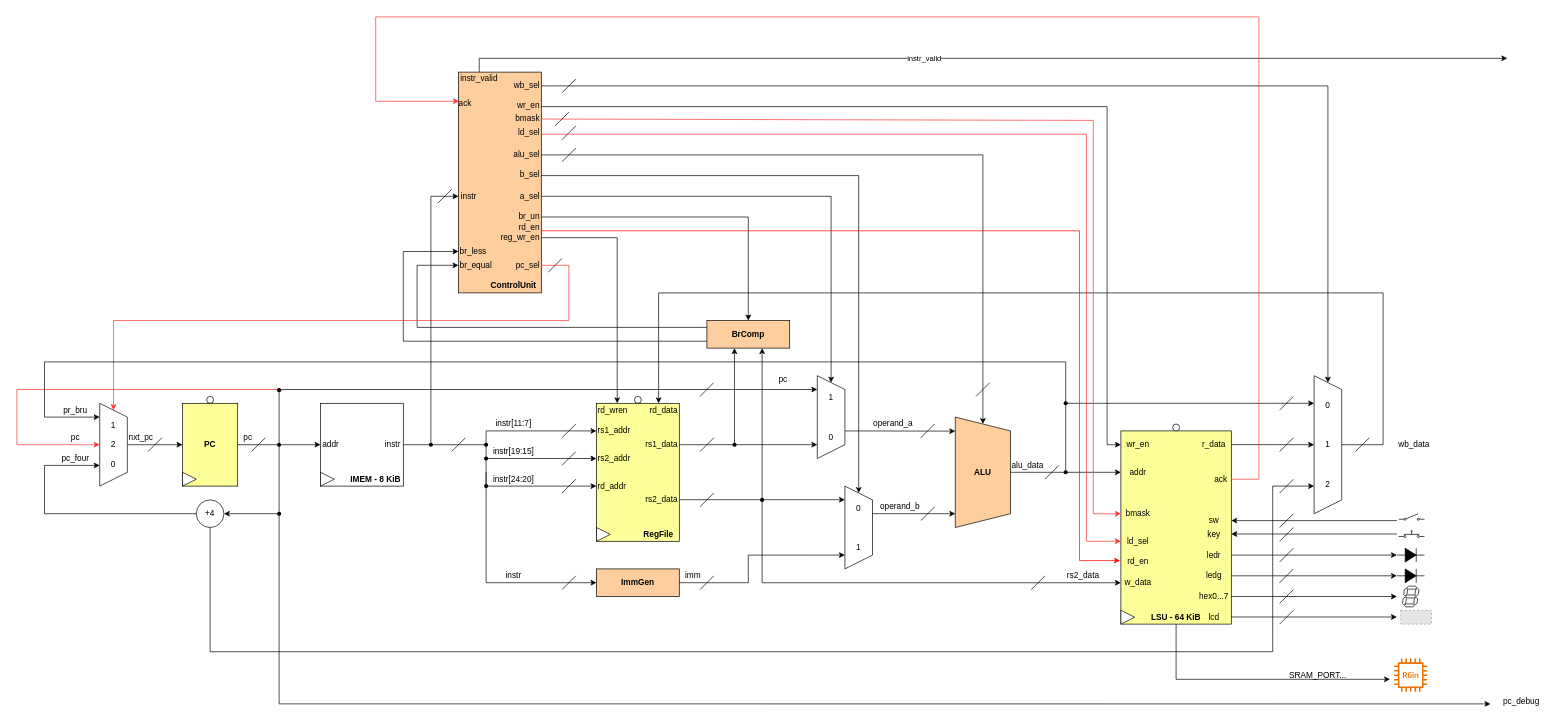
The draw.io diagram 99_doc/CPU.drawio in rivershoang/single_cycle, before the edit. Source tidied: cells renumbered, new cells numbered last; positions are measured from the earlier drawing's top-left corner, leaving out a move shared by most shapes. Both pictures are drawn from the tidied source at 69%, with x=0, y=0 at pixel (17, 17). Pictures stored in the file or linked from it are replaced by grey dashed boxes.
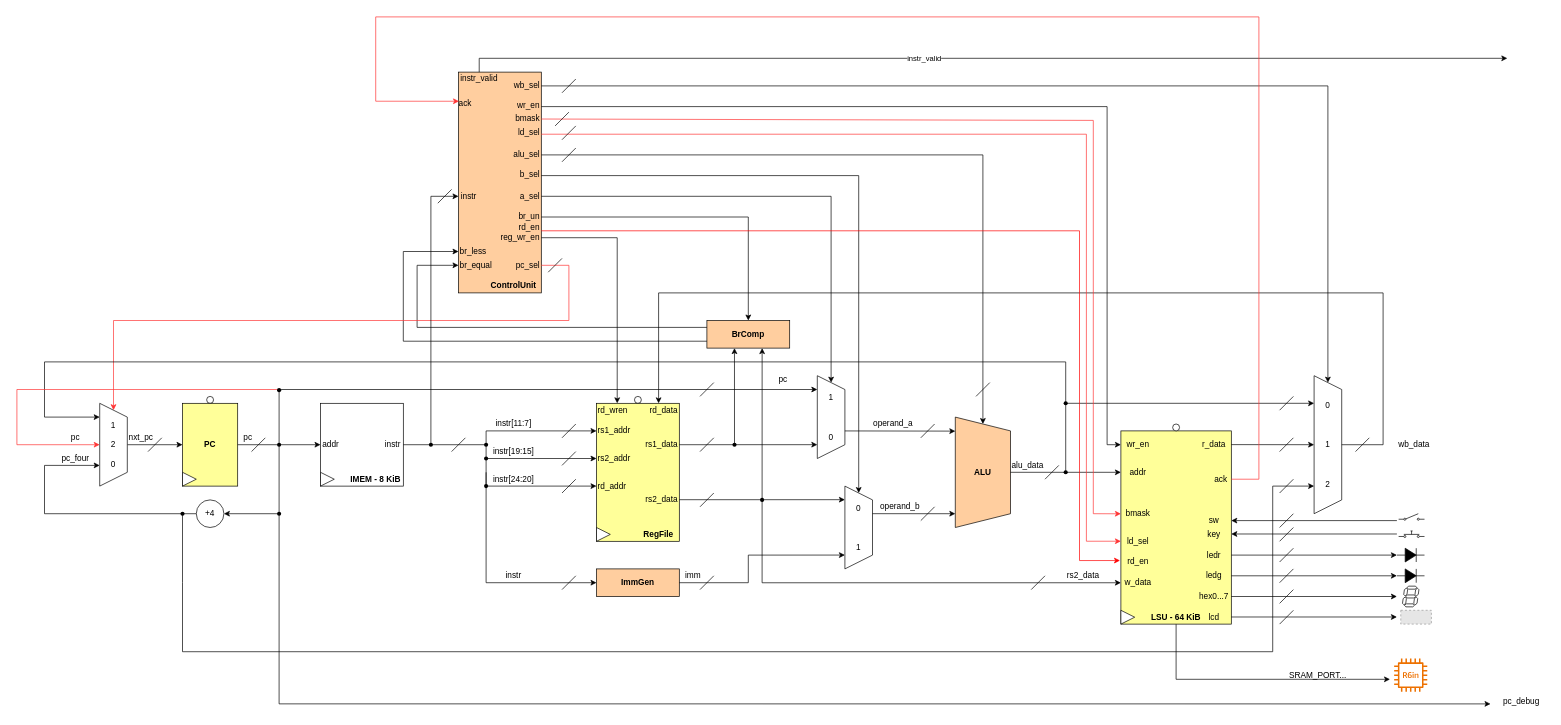
The same diagram, later.

The change refers to these unchanged cells:
```xml
<mxCell id="89" value="+4" style="ellipse;whiteSpace=wrap;html=1;" parent="1" vertex="1">
  <mxGeometry x="260" y="700" width="40" height="40" as="geometry" />
</mxCell>
<mxCell id="99" value="0&lt;div&gt;&lt;br&gt;&lt;/div&gt;&lt;div&gt;&lt;br&gt;&lt;/div&gt;&lt;div&gt;&lt;br&gt;&lt;/div&gt;&lt;div&gt;1&lt;/div&gt;&lt;div&gt;&lt;br&gt;&lt;/div&gt;&lt;div&gt;&lt;br&gt;&lt;/div&gt;&lt;div&gt;&lt;br&gt;&lt;/div&gt;&lt;div&gt;2&lt;/div&gt;" style="shape=trapezoid;perimeter=trapezoidPerimeter;whiteSpace=wrap;html=1;fixedSize=1;direction=south;" parent="1" vertex="1">
  <mxGeometry x="1880" y="520" width="40" height="200" as="geometry" />
</mxCell>
```

Diff of the diagram source:
```diff
@@
-    <mxCell id="106" style="endArrow=classic;html=1;rounded=0;exitX=0.5;exitY=1;exitDx=0;exitDy=0;entryX=0.8;entryY=1;entryDx=0;entryDy=0;entryPerimeter=0;" parent="1" edge="1" source="89" target="99">
+    <mxCell id="106" style="endArrow=classic;html=1;rounded=0;entryX=0.8;entryY=1;entryDx=0;entryDy=0;entryPerimeter=0;" parent="1" edge="1" source="183" target="99">
       <mxGeometry relative="1" as="geometry">
         <Array as="points">
-          <mxPoint x="280" y="920" />
+          <mxPoint x="240" y="820" />
+          <mxPoint x="240" y="920" />
           <mxPoint x="1820" y="920" />
           <mxPoint x="1820" y="680" />
         </Array>
       </mxGeometry>
     </mxCell>
@@
-    <mxCell id="173" value="pr_bru" style="text;html=1;align=center;verticalAlign=middle;whiteSpace=wrap;rounded=0;" parent="1" vertex="1">
-      <mxGeometry x="70" y="560" width="30" height="20" as="geometry" />
-    </mxCell>
@@
+    <mxCell id="182" style="endArrow=classic;html=1;rounded=0;entryDx=0;entryDy=0;entryPerimeter=0;" parent="1" edge="1" target="183">
+      <mxGeometry relative="1" as="geometry">
+        <mxPoint x="240" y="720" as="sourcePoint" />
+      </mxGeometry>
+    </mxCell>
+    <mxCell id="183" style="shape=waypoint;sketch=0;fillStyle=solid;size=6;points=[];fillColor=none;perimeter=centerPerimeter;snapToPoint=1;" parent="1" vertex="1">
+      <mxGeometry x="230" y="710" width="20" height="20" as="geometry" />
+    </mxCell>
```
